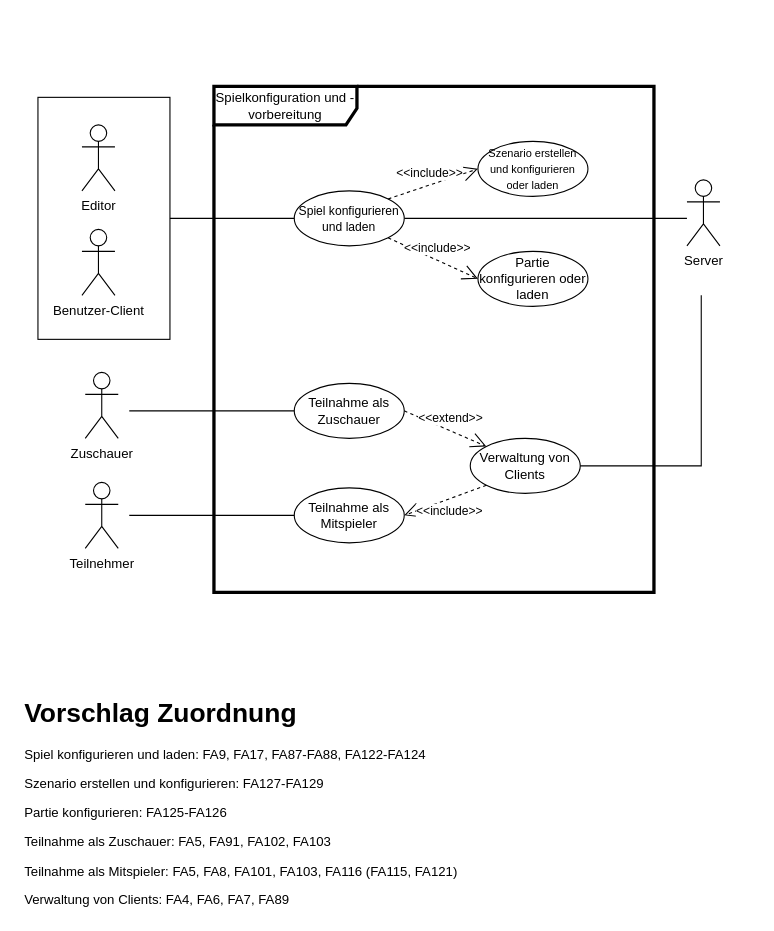
LeverageAlex/DuneRTS keeps this draw.io diagram as Documentation/Models/Anwendungsfalldiagramm Spielkonfiguration.drawio. Above is the earlier version. Source tidied: cells renumbered, new cells numbered last; positions are measured from the earlier drawing's top-left corner, leaving out a move shared by most shapes. Both pictures are drawn from the tidied source at 110%, with x=0, y=0 at pixel (19, 86).
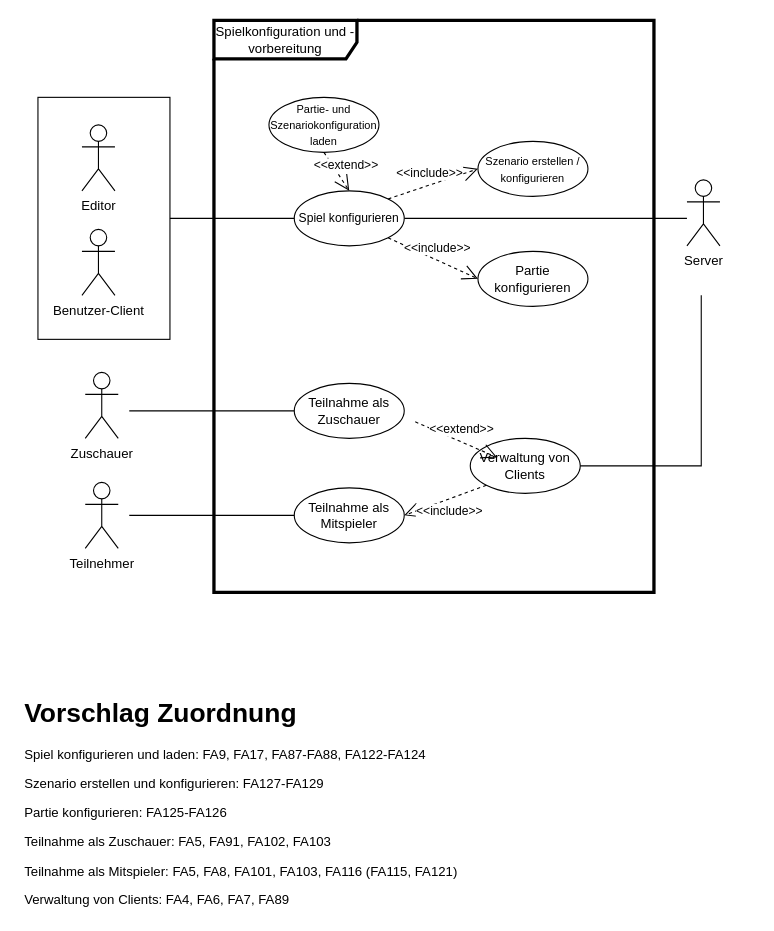
The same diagram, later.

The change refers to these unchanged cells:
```xml
<mxCell id="18" value="Teilnahme als Zuschauer" style="ellipse;whiteSpace=wrap;html=1;" parent="1" vertex="1">
  <mxGeometry x="250" y="270" width="100" height="50" as="geometry" />
</mxCell>
<mxCell id="20" value="&lt;div&gt;Verwaltung von Clients&lt;/div&gt;" style="ellipse;whiteSpace=wrap;html=1;" parent="1" vertex="1">
  <mxGeometry x="410" y="320" width="100" height="50" as="geometry" />
</mxCell>
```

Diff of the diagram source:
```diff
@@
     <mxCell id="2" value="Spielkonfiguration und -vorbereitung" style="shape=umlFrame;whiteSpace=wrap;html=1;width=130;height=35;strokeWidth=3;" parent="1" vertex="1">
-      <mxGeometry x="177" width="400" height="460" as="geometry" />
+      <mxGeometry x="177" y="-60" width="400" height="520" as="geometry" />
     </mxCell>
@@
-    <mxCell id="5" value="&lt;font style=&quot;font-size: 11px&quot;&gt;Spiel konfigurieren und laden &lt;br&gt;&lt;/font&gt;" style="ellipse;whiteSpace=wrap;html=1;" parent="1" vertex="1">
+    <mxCell id="5" value="&lt;font style=&quot;font-size: 11px&quot;&gt;Spiel konfigurieren&lt;br&gt;&lt;/font&gt;" style="ellipse;whiteSpace=wrap;html=1;" parent="1" vertex="1">
       <mxGeometry x="250" y="95" width="100" height="50" as="geometry" />
     </mxCell>
@@
-    <mxCell id="7" value="&lt;font style=&quot;font-size: 10px&quot;&gt;Szenario erstellen und konfigurieren oder laden&lt;/font&gt;" style="ellipse;whiteSpace=wrap;html=1;" parent="1" vertex="1">
+    <mxCell id="7" value="&lt;font style=&quot;font-size: 10px&quot;&gt;Szenario erstellen / konfigurieren&lt;/font&gt;" style="ellipse;whiteSpace=wrap;html=1;" parent="1" vertex="1">
       <mxGeometry x="417" y="50" width="100" height="50" as="geometry" />
     </mxCell>
@@
-    <mxCell id="13" value="Partie konfigurieren oder laden" style="ellipse;whiteSpace=wrap;html=1;" parent="1" vertex="1">
+    <mxCell id="13" value="Partie konfigurieren" style="ellipse;whiteSpace=wrap;html=1;" parent="1" vertex="1">
       <mxGeometry x="417" y="150" width="100" height="50" as="geometry" />
     </mxCell>
@@
-    <mxCell id="21" value="&lt;div&gt;&amp;lt;&amp;lt;extend&amp;gt;&amp;gt;&lt;/div&gt;" style="endArrow=open;endSize=12;dashed=1;html=1;rounded=0;exitX=1;exitY=0.5;exitDx=0;exitDy=0;entryX=0;entryY=0;entryDx=0;entryDy=0;" parent="1" edge="1" source="18" target="20">
-      <mxGeometry y="10" relative="1" as="geometry" />
-    </mxCell>
@@
+    <mxCell id="26" value="&lt;font style=&quot;font-size: 10px&quot;&gt;Partie- und Szenariokonfiguration laden&lt;/font&gt;" style="ellipse;whiteSpace=wrap;html=1;" parent="1" vertex="1">
+      <mxGeometry x="227" y="10" width="100" height="50" as="geometry" />
+    </mxCell>
+    <mxCell id="21" value="&lt;div&gt;&amp;lt;&amp;lt;extend&amp;gt;&amp;gt;&lt;/div&gt;" style="endArrow=open;endSize=12;dashed=1;html=1;rounded=0;exitX=1;exitY=0.5;exitDx=0;exitDy=0;entryX=0;entryY=0;entryDx=0;entryDy=0;" parent="1" edge="1">
+      <mxGeometry y="10" relative="1" as="geometry">
+        <mxPoint x="360" y="305" as="sourcePoint" />
+        <mxPoint x="434.5" y="337.4" as="targetPoint" />
+      </mxGeometry>
+    </mxCell>
+    <mxCell id="27" value="&lt;div&gt;&amp;lt;&amp;lt;extend&amp;gt;&amp;gt;&lt;/div&gt;" style="endArrow=open;endSize=12;dashed=1;html=1;rounded=0;exitX=0.5;exitY=1;exitDx=0;exitDy=0;entryX=0.5;entryY=0;entryDx=0;entryDy=0;" parent="1" edge="1" source="26" target="5">
+      <mxGeometry y="10" relative="1" as="geometry" />
+    </mxCell>
```
